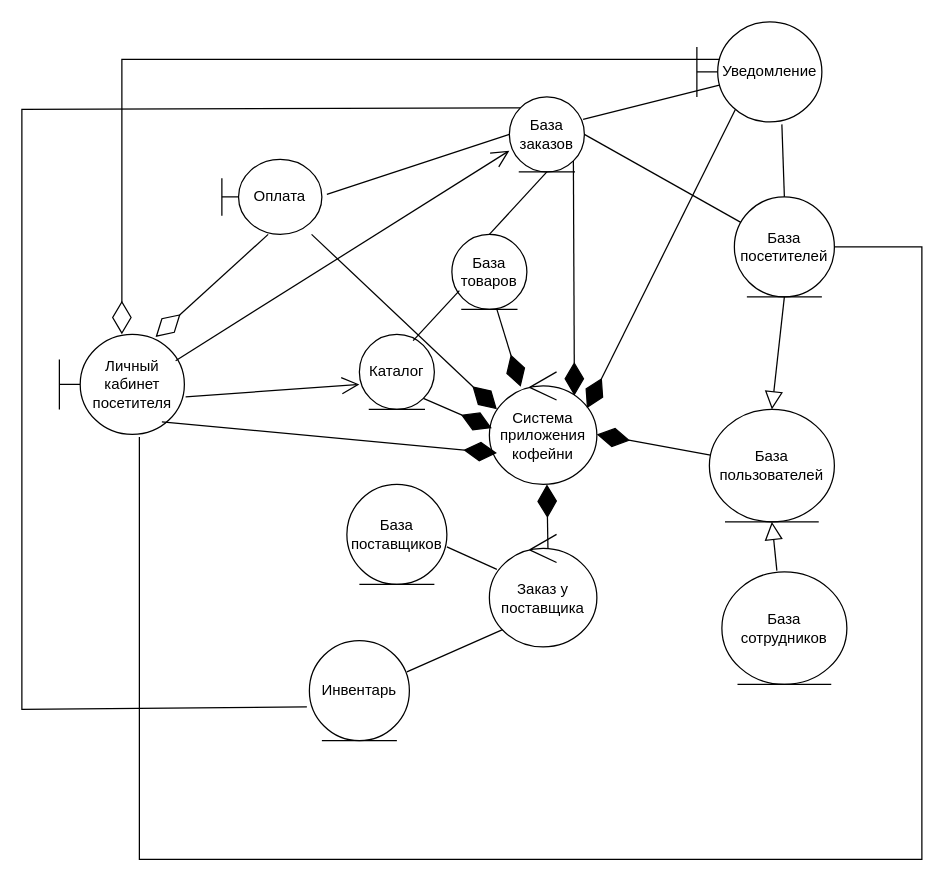
The draw.io diagram AKMS_3.drawio in mopsin666/AKMS, before the edit. Source tidied: cells renumbered, new cells numbered last; positions are measured from the earlier drawing's top-left corner, leaving out a move shared by most shapes. Both pictures are drawn from the tidied source at 125%, with x=0, y=0 at pixel (21, 21).
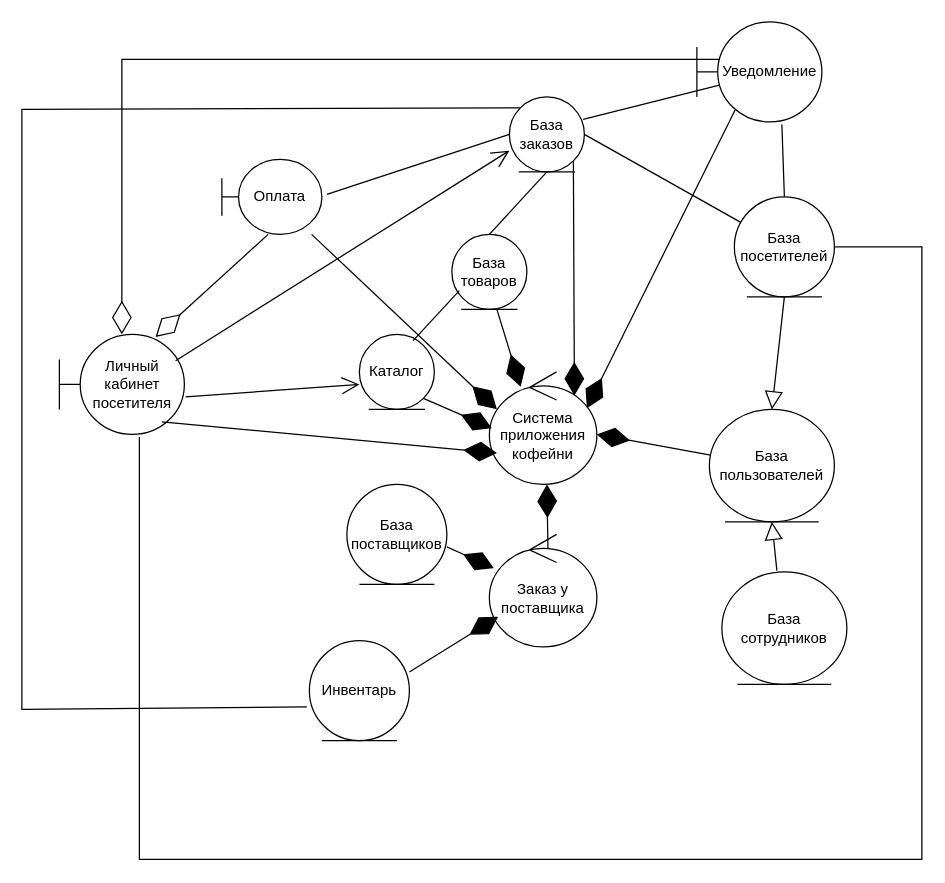
After the change.

The change refers to these unchanged cells:
```xml
<mxCell id="24" value="База поставщиков" style="ellipse;shape=umlEntity;whiteSpace=wrap;html=1;" parent="1" vertex="1">
  <mxGeometry x="260" y="370" width="80" height="80" as="geometry" />
</mxCell>
<mxCell id="32" value="Инвентарь" style="ellipse;shape=umlEntity;whiteSpace=wrap;html=1;" parent="1" vertex="1">
  <mxGeometry x="230" y="495" width="80" height="80" as="geometry" />
</mxCell>
<mxCell id="37" value="Заказ у поставщика" style="ellipse;shape=umlControl;whiteSpace=wrap;html=1;" parent="1" vertex="1">
  <mxGeometry x="374" y="410" width="86" height="90" as="geometry" />
</mxCell>
```

Change to the diagram source:
```diff
@@
-    <mxCell id="25" style="endArrow=none;html=1;rounded=0;exitX=1;exitY=0.625;exitDx=0;exitDy=0;exitPerimeter=0;entryX=0.3;entryY=0.1;entryDx=0;entryDy=0;entryPerimeter=0;" parent="1" edge="1" source="24">
-      <mxGeometry relative="1" as="geometry">
-        <mxPoint x="380" y="438" as="targetPoint" />
-      </mxGeometry>
-    </mxCell>
@@
-    <mxCell id="34" style="endArrow=none;html=1;rounded=0;exitX=0.975;exitY=0.313;exitDx=0;exitDy=0;exitPerimeter=0;entryX=0.128;entryY=0.844;entryDx=0;entryDy=0;entryPerimeter=0;" parent="1" edge="1" source="32" target="37">
-      <mxGeometry relative="1" as="geometry" />
-    </mxCell>
@@
+    <mxCell id="39" style="endArrow=diamondThin;endFill=1;endSize=24;html=1;rounded=0;exitX=1;exitY=0.625;exitDx=0;exitDy=0;exitPerimeter=0;" parent="1" edge="1" source="24" target="37">
+      <mxGeometry relative="1" as="geometry" />
+    </mxCell>
+    <mxCell id="34" style="endArrow=diamondThin;endFill=1;endSize=24;html=1;rounded=0;exitX=1;exitY=0.313;exitDx=0;exitDy=0;exitPerimeter=0;entryX=0.081;entryY=0.733;entryDx=0;entryDy=0;entryPerimeter=0;" parent="1" edge="1" source="32" target="37">
+      <mxGeometry relative="1" as="geometry" />
+    </mxCell>
```
